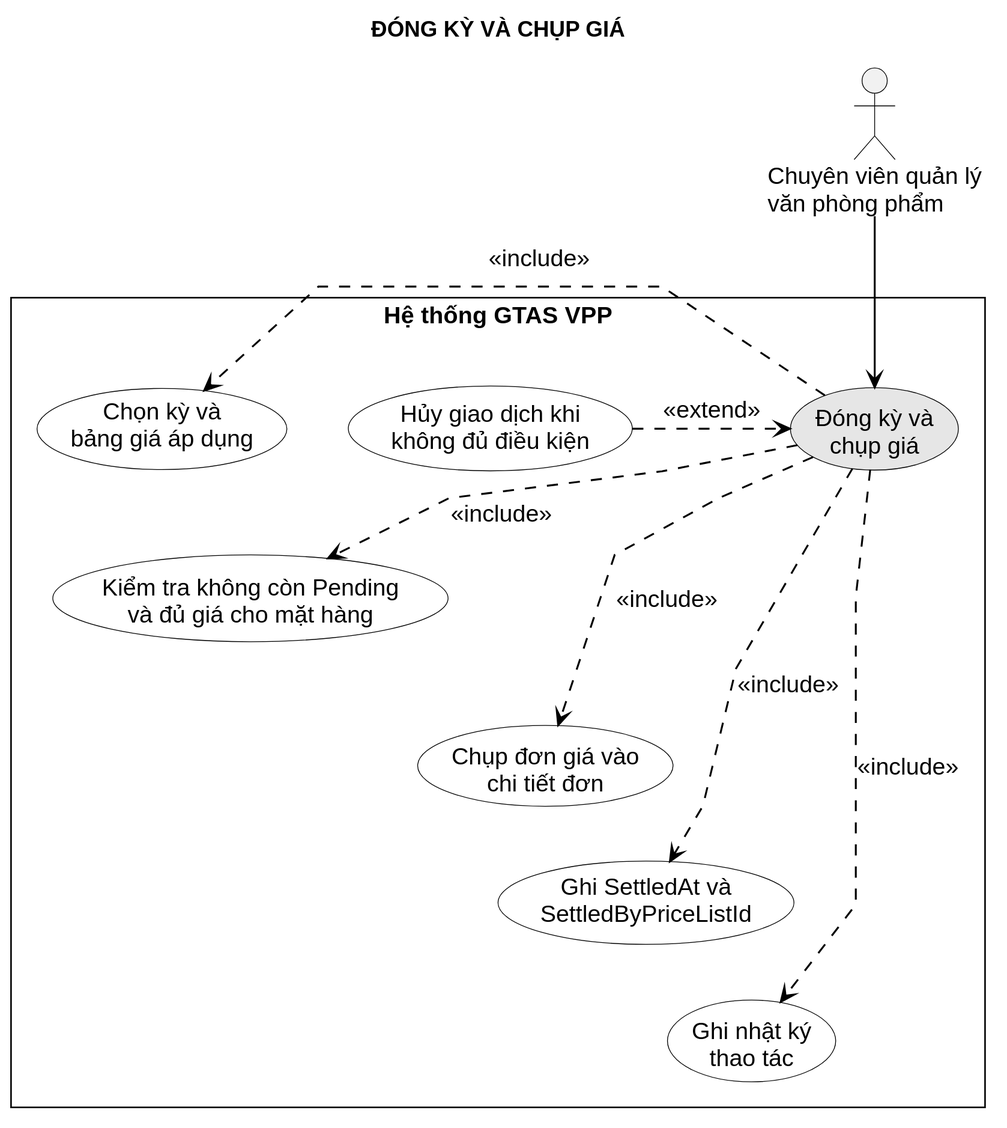
Above: LVTN/diagrams/ch03/use-case-settle-period.svg in Miikey24s/gtas_vpp (PlantUML), before the change.
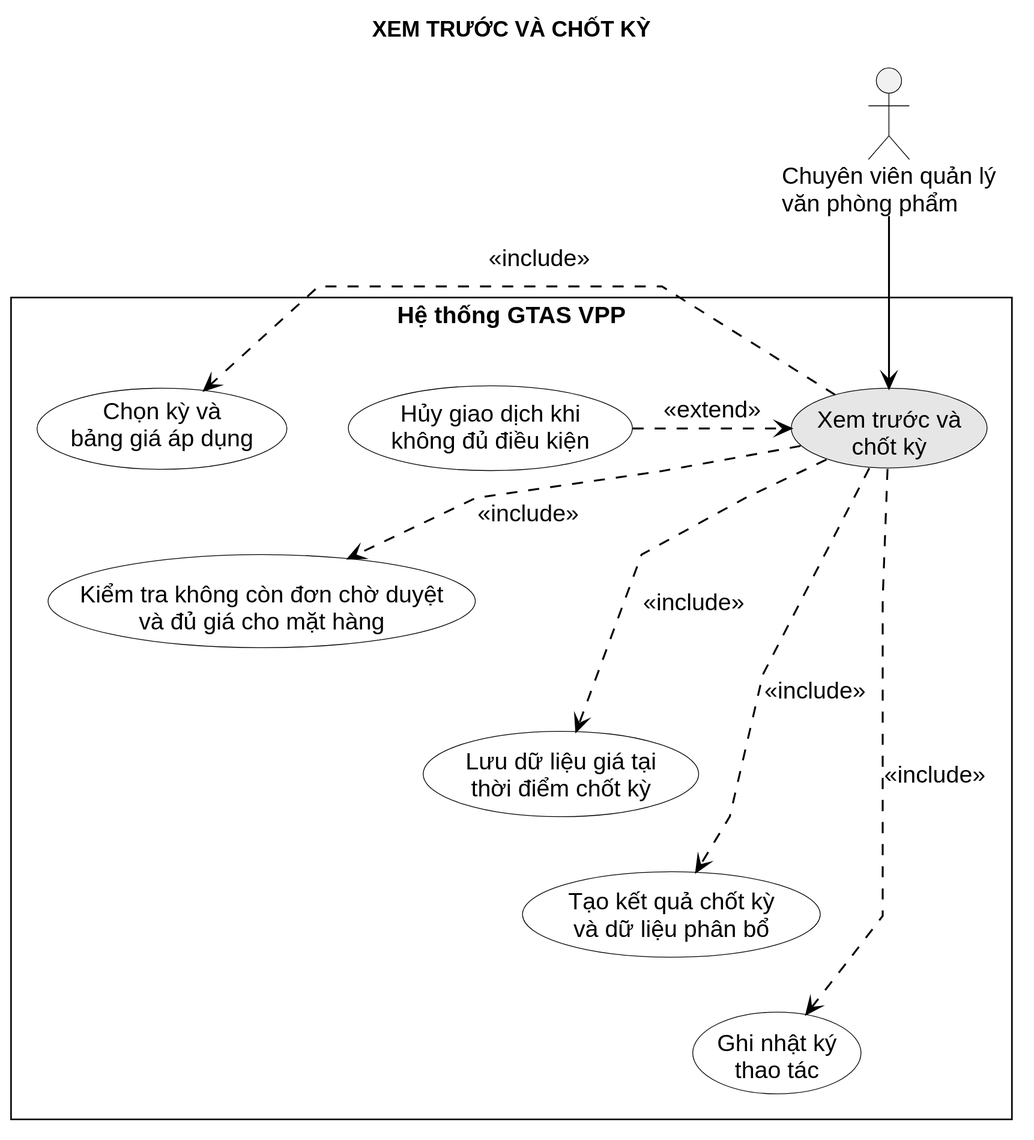
Later version of the same file.

The edit, as a diff of the source:
```diff
@@ -1,15 +1,15 @@
 @startuml
 !include ../common/usecase-style.puml
-title ĐÓNG KỲ VÀ CHỤP GIÁ
+title XEM TRƯỚC VÀ CHỐT KỲ
 
 actor "Chuyên viên quản lý\nvăn phòng phẩm" as Procurement
 
 rectangle "Hệ thống GTAS VPP" {
-  usecase "Đóng kỳ và\nchụp giá" as Settle #E6E6E6
+  usecase "Xem trước và\nchốt kỳ" as Settle #E6E6E6
   usecase "Chọn kỳ và\nbảng giá áp dụng" as Select
-  usecase "Kiểm tra không còn Pending\nvà đủ giá cho mặt hàng" as Validate
-  usecase "Chụp đơn giá vào\nchi tiết đơn" as Snapshot
-  usecase "Ghi SettledAt và\nSettledByPriceListId" as Mark
+  usecase "Kiểm tra không còn đơn chờ duyệt\nvà đủ giá cho mặt hàng" as Validate
+  usecase "Lưu dữ liệu giá tại\nthời điểm chốt kỳ" as Snapshot
+  usecase "Tạo kết quả chốt kỳ\nvà dữ liệu phân bổ" as Mark
   usecase "Ghi nhật ký\nthao tác" as Log
   usecase "Hủy giao dịch khi\nkhông đủ điều kiện" as Rollback
 
```
